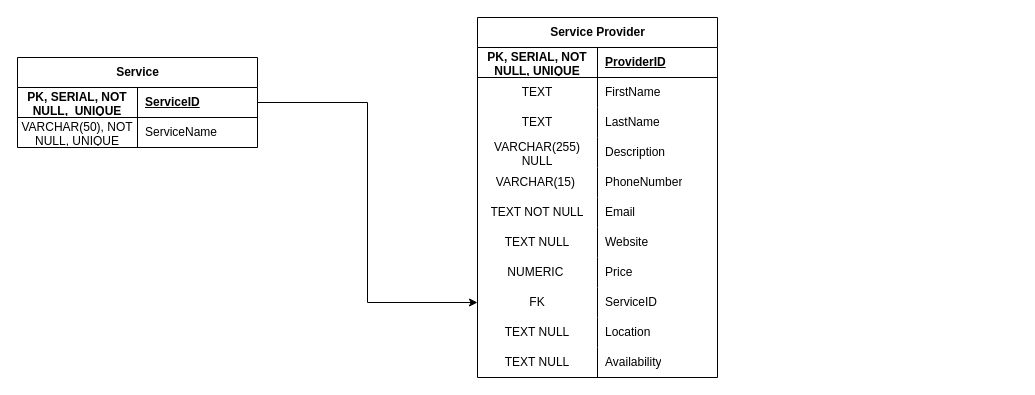
This is Service Database.drawio from alexraju01/filmfinder, a draw.io file, before an edit. Source tidied: cells renumbered, new cells numbered last; positions are measured from the earlier drawing's top-left corner, leaving out a move shared by most shapes. Both pictures are drawn from the tidied source at 100%, with x=0, y=0 at pixel (17, 17).
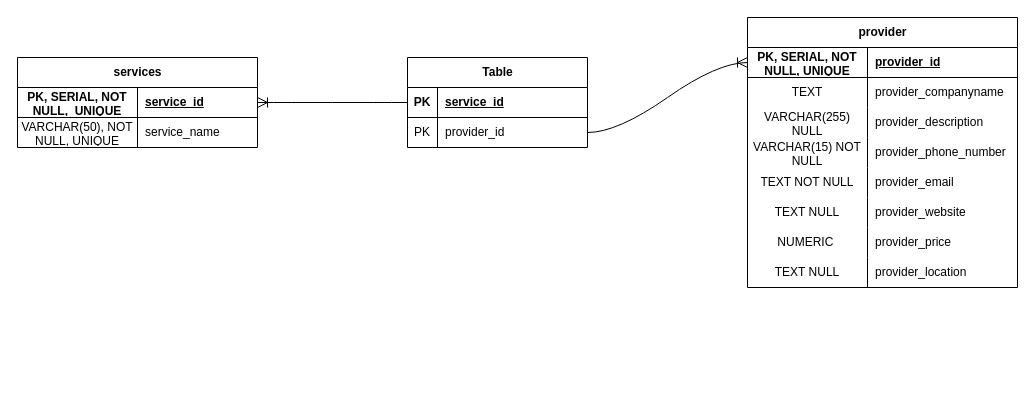
Above is the later version.

The change refers to these unchanged cells:
```xml
<mxCell id="37" style="shape=tableRow;horizontal=0;startSize=0;swimlaneHead=0;swimlaneBody=0;fillColor=none;points=[[0,0.5],[1,0.5]];portConstraint=eastwest;top=0;left=0;right=0;bottom=1;" parent="36" vertex="1">
  <mxGeometry y="30" width="240" height="30" as="geometry" />
</mxCell>
<mxCell id="40" style="shape=tableRow;horizontal=0;startSize=0;swimlaneHead=0;swimlaneBody=0;fillColor=none;top=0;left=0;right=0;bottom=0;" parent="36" vertex="1">
  <mxGeometry y="60" width="240" height="30" as="geometry" />
</mxCell>
```

Change to the diagram source:
```diff
@@
-    <mxCell id="2" value="Service Provider" style="shape=table;startSize=30;childLayout=tableLayout;rowLines=0;fontStyle=1;align=center;html=1;" parent="1" vertex="1">
-      <mxGeometry x="460" width="240" height="360" as="geometry" />
+    <mxCell id="2" value="provider" style="shape=table;startSize=30;childLayout=tableLayout;rowLines=0;fontStyle=1;align=center;html=1;" parent="1" vertex="1">
+      <mxGeometry x="730" width="270" height="270" as="geometry" />
     </mxCell>
     <mxCell id="3" style="shape=tableRow;horizontal=0;startSize=0;swimlaneHead=0;swimlaneBody=0;fillColor=none;points=[[0,0.5],[1,0.5]];portConstraint=eastwest;top=0;left=0;right=0;bottom=1;" parent="2" vertex="1">
-      <mxGeometry y="30" width="240" height="30" as="geometry" />
+      <mxGeometry y="30" width="270" height="30" as="geometry" />
     </mxCell>
@@
-    <mxCell id="5" value="ProviderID" style="shape=partialRectangle;fillColor=none;top=0;left=0;bottom=0;right=0;align=left;spacingLeft=6;fontStyle=5;overflow=hidden;whiteSpace=wrap;html=1;" parent="3" vertex="1">
-      <mxGeometry x="120" width="120" height="30" as="geometry" />
+    <mxCell id="5" value="provider_id" style="shape=partialRectangle;fillColor=none;top=0;left=0;bottom=0;right=0;align=left;spacingLeft=6;fontStyle=5;overflow=hidden;whiteSpace=wrap;html=1;" parent="3" vertex="1">
+      <mxGeometry x="120" width="150" height="30" as="geometry" />
     </mxCell>
     <mxCell id="6" style="shape=tableRow;horizontal=0;startSize=0;swimlaneHead=0;swimlaneBody=0;fillColor=none;top=0;left=0;right=0;bottom=0;" parent="2" vertex="1">
-      <mxGeometry y="60" width="240" height="30" as="geometry" />
+      <mxGeometry y="60" width="270" height="30" as="geometry" />
     </mxCell>
@@
-    <mxCell id="8" value="FirstName" style="shape=partialRectangle;fillColor=none;top=0;left=0;bottom=0;right=0;align=left;spacingLeft=6;overflow=hidden;whiteSpace=wrap;html=1;" parent="6" vertex="1">
-      <mxGeometry x="120" width="120" height="30" as="geometry" />
+    <mxCell id="8" value="provider_companyname" style="shape=partialRectangle;fillColor=none;top=0;left=0;bottom=0;right=0;align=left;spacingLeft=6;overflow=hidden;whiteSpace=wrap;html=1;" parent="6" vertex="1">
+      <mxGeometry x="120" width="150" height="30" as="geometry" />
     </mxCell>
-    <mxCell id="9" style="shape=tableRow;horizontal=0;startSize=0;swimlaneHead=0;swimlaneBody=0;fillColor=none;top=0;left=0;right=0;bottom=0;" parent="2" vertex="1">
-      <mxGeometry y="90" width="240" height="30" as="geometry" />
-    </mxCell>
-    <mxCell id="10" value="TEXT" style="shape=partialRectangle;fillColor=none;top=0;left=0;bottom=0;right=0;overflow=hidden;whiteSpace=wrap;html=1;" parent="9" vertex="1">
-      <mxGeometry width="120" height="30" as="geometry" />
-    </mxCell>
-    <mxCell id="11" value="LastName" style="shape=partialRectangle;fillColor=none;top=0;left=0;bottom=0;right=0;align=left;spacingLeft=6;overflow=hidden;whiteSpace=wrap;html=1;" parent="9" vertex="1">
-      <mxGeometry x="120" width="120" height="30" as="geometry" />
-    </mxCell>
     <mxCell id="12" style="shape=tableRow;horizontal=0;startSize=0;swimlaneHead=0;swimlaneBody=0;fillColor=none;top=0;left=0;right=0;bottom=0;" parent="2" vertex="1">
-      <mxGeometry y="120" width="240" height="30" as="geometry" />
+      <mxGeometry y="90" width="270" height="30" as="geometry" />
     </mxCell>
@@
-    <mxCell id="14" value="D&lt;span style=&quot;background-color: initial;&quot;&gt;escription&lt;/span&gt;" style="shape=partialRectangle;fillColor=none;top=0;left=0;bottom=0;right=0;align=left;spacingLeft=6;overflow=hidden;whiteSpace=wrap;html=1;" parent="12" vertex="1">
-      <mxGeometry x="120" width="120" height="30" as="geometry" />
+    <mxCell id="14" value="provider_d&lt;span style=&quot;background-color: initial;&quot;&gt;escription&lt;/span&gt;" style="shape=partialRectangle;fillColor=none;top=0;left=0;bottom=0;right=0;align=left;spacingLeft=6;overflow=hidden;whiteSpace=wrap;html=1;" parent="12" vertex="1">
+      <mxGeometry x="120" width="150" height="30" as="geometry" />
     </mxCell>
     <mxCell id="15" style="shape=tableRow;horizontal=0;startSize=0;swimlaneHead=0;swimlaneBody=0;fillColor=none;top=0;left=0;right=0;bottom=0;" parent="2" vertex="1">
-      <mxGeometry y="150" width="240" height="30" as="geometry" />
+      <mxGeometry y="120" width="270" height="30" as="geometry" />
     </mxCell>
-    <mxCell id="16" value="VARCHAR(15)&amp;nbsp;" style="shape=partialRectangle;fillColor=none;top=0;left=0;bottom=0;right=0;overflow=hidden;whiteSpace=wrap;html=1;" parent="15" vertex="1">
+    <mxCell id="16" value="VARCHAR(15) NOT NULL" style="shape=partialRectangle;fillColor=none;top=0;left=0;bottom=0;right=0;overflow=hidden;whiteSpace=wrap;html=1;" parent="15" vertex="1">
       <mxGeometry width="120" height="30" as="geometry" />
     </mxCell>
-    <mxCell id="17" value="PhoneNumber" style="shape=partialRectangle;fillColor=none;top=0;left=0;bottom=0;right=0;align=left;spacingLeft=6;overflow=hidden;whiteSpace=wrap;html=1;" parent="15" vertex="1">
-      <mxGeometry x="120" width="120" height="30" as="geometry" />
+    <mxCell id="17" value="provider_phone_number" style="shape=partialRectangle;fillColor=none;top=0;left=0;bottom=0;right=0;align=left;spacingLeft=6;overflow=hidden;whiteSpace=wrap;html=1;" parent="15" vertex="1">
+      <mxGeometry x="120" width="150" height="30" as="geometry" />
     </mxCell>
     <mxCell id="18" style="shape=tableRow;horizontal=0;startSize=0;swimlaneHead=0;swimlaneBody=0;fillColor=none;top=0;left=0;right=0;bottom=0;" parent="2" vertex="1">
-      <mxGeometry y="180" width="240" height="30" as="geometry" />
+      <mxGeometry y="150" width="270" height="30" as="geometry" />
     </mxCell>
@@
-    <mxCell id="20" value="Email" style="shape=partialRectangle;fillColor=none;top=0;left=0;bottom=0;right=0;align=left;spacingLeft=6;overflow=hidden;whiteSpace=wrap;html=1;" parent="18" vertex="1">
-      <mxGeometry x="120" width="120" height="30" as="geometry" />
+    <mxCell id="20" value="provider_email" style="shape=partialRectangle;fillColor=none;top=0;left=0;bottom=0;right=0;align=left;spacingLeft=6;overflow=hidden;whiteSpace=wrap;html=1;" parent="18" vertex="1">
+      <mxGeometry x="120" width="150" height="30" as="geometry" />
     </mxCell>
     <mxCell id="21" style="shape=tableRow;horizontal=0;startSize=0;swimlaneHead=0;swimlaneBody=0;fillColor=none;top=0;left=0;right=0;bottom=0;" parent="2" vertex="1">
-      <mxGeometry y="210" width="240" height="30" as="geometry" />
+      <mxGeometry y="180" width="270" height="30" as="geometry" />
     </mxCell>
@@
-    <mxCell id="23" value="Website" style="shape=partialRectangle;fillColor=none;top=0;left=0;bottom=0;right=0;align=left;spacingLeft=6;overflow=hidden;whiteSpace=wrap;html=1;" parent="21" vertex="1">
-      <mxGeometry x="120" width="120" height="30" as="geometry" />
+    <mxCell id="23" value="provider_website" style="shape=partialRectangle;fillColor=none;top=0;left=0;bottom=0;right=0;align=left;spacingLeft=6;overflow=hidden;whiteSpace=wrap;html=1;" parent="21" vertex="1">
+      <mxGeometry x="120" width="150" height="30" as="geometry" />
     </mxCell>
     <mxCell id="24" style="shape=tableRow;horizontal=0;startSize=0;swimlaneHead=0;swimlaneBody=0;fillColor=none;top=0;left=0;right=0;bottom=0;" parent="2" vertex="1">
-      <mxGeometry y="240" width="240" height="30" as="geometry" />
+      <mxGeometry y="210" width="270" height="30" as="geometry" />
     </mxCell>
@@
-    <mxCell id="26" value="Price" style="shape=partialRectangle;fillColor=none;top=0;left=0;bottom=0;right=0;align=left;spacingLeft=6;overflow=hidden;whiteSpace=wrap;html=1;" parent="24" vertex="1">
-      <mxGeometry x="120" width="120" height="30" as="geometry" />
+    <mxCell id="26" value="provider_price" style="shape=partialRectangle;fillColor=none;top=0;left=0;bottom=0;right=0;align=left;spacingLeft=6;overflow=hidden;whiteSpace=wrap;html=1;" parent="24" vertex="1">
+      <mxGeometry x="120" width="150" height="30" as="geometry" />
     </mxCell>
-    <mxCell id="27" style="shape=tableRow;horizontal=0;startSize=0;swimlaneHead=0;swimlaneBody=0;fillColor=none;points=[[0,0.5],[1,0.5]];portConstraint=eastwest;top=0;left=0;right=0;bottom=0;" parent="2" vertex="1">
-      <mxGeometry y="270" width="240" height="30" as="geometry" />
-    </mxCell>
-    <mxCell id="28" value="FK" style="shape=partialRectangle;fillColor=none;top=0;left=0;bottom=0;right=0;overflow=hidden;whiteSpace=wrap;html=1;" parent="27" vertex="1">
-      <mxGeometry width="120" height="30" as="geometry" />
-    </mxCell>
-    <mxCell id="29" value="ServiceID" style="shape=partialRectangle;fillColor=none;top=0;left=0;bottom=0;right=0;align=left;spacingLeft=6;overflow=hidden;whiteSpace=wrap;html=1;" parent="27" vertex="1">
-      <mxGeometry x="120" width="120" height="30" as="geometry" />
-    </mxCell>
     <mxCell id="30" style="shape=tableRow;horizontal=0;startSize=0;swimlaneHead=0;swimlaneBody=0;fillColor=none;top=0;left=0;right=0;bottom=0;" parent="2" vertex="1">
-      <mxGeometry y="300" width="240" height="30" as="geometry" />
+      <mxGeometry y="240" width="270" height="30" as="geometry" />
     </mxCell>
@@
-    <mxCell id="32" value="Location" style="shape=partialRectangle;fillColor=none;top=0;left=0;bottom=0;right=0;align=left;spacingLeft=6;overflow=hidden;whiteSpace=wrap;html=1;" parent="30" vertex="1">
-      <mxGeometry x="120" width="120" height="30" as="geometry" />
+    <mxCell id="32" value="provider_location" style="shape=partialRectangle;fillColor=none;top=0;left=0;bottom=0;right=0;align=left;spacingLeft=6;overflow=hidden;whiteSpace=wrap;html=1;" parent="30" vertex="1">
+      <mxGeometry x="120" width="150" height="30" as="geometry" />
     </mxCell>
-    <mxCell id="33" style="shape=tableRow;horizontal=0;startSize=0;swimlaneHead=0;swimlaneBody=0;fillColor=none;top=0;left=0;right=0;bottom=0;" parent="2" vertex="1">
-      <mxGeometry y="330" width="240" height="30" as="geometry" />
-    </mxCell>
-    <mxCell id="34" value="TEXT NULL" style="shape=partialRectangle;fillColor=none;top=0;left=0;bottom=0;right=0;overflow=hidden;whiteSpace=wrap;html=1;" parent="33" vertex="1">
-      <mxGeometry width="120" height="30" as="geometry" />
-    </mxCell>
-    <mxCell id="35" value="Availability" style="shape=partialRectangle;fillColor=none;top=0;left=0;bottom=0;right=0;align=left;spacingLeft=6;overflow=hidden;whiteSpace=wrap;html=1;" parent="33" vertex="1">
-      <mxGeometry x="120" width="120" height="30" as="geometry" />
-    </mxCell>
-    <mxCell id="36" value="Service" style="shape=table;startSize=30;childLayout=tableLayout;rowLines=0;fontStyle=1;align=center;html=1;" parent="1" vertex="1">
+    <mxCell id="36" value="services" style="shape=table;startSize=30;childLayout=tableLayout;rowLines=0;fontStyle=1;align=center;html=1;" parent="1" vertex="1">
       <mxGeometry y="40" width="240" height="90" as="geometry" />
     </mxCell>
@@
-    <mxCell id="39" value="ServiceID" style="shape=partialRectangle;fillColor=none;top=0;left=0;bottom=0;right=0;align=left;spacingLeft=6;fontStyle=5;overflow=hidden;whiteSpace=wrap;html=1;" parent="37" vertex="1">
+    <mxCell id="39" value="service_id" style="shape=partialRectangle;fillColor=none;top=0;left=0;bottom=0;right=0;align=left;spacingLeft=6;fontStyle=5;overflow=hidden;whiteSpace=wrap;html=1;" parent="37" vertex="1">
       <mxGeometry x="120" width="120" height="30" as="geometry" />
     </mxCell>
@@
-    <mxCell id="42" value="ServiceName" style="shape=partialRectangle;fillColor=none;top=0;left=0;bottom=0;right=0;align=left;spacingLeft=6;overflow=hidden;whiteSpace=wrap;html=1;" parent="40" vertex="1">
+    <mxCell id="42" value="service_name" style="shape=partialRectangle;fillColor=none;top=0;left=0;bottom=0;right=0;align=left;spacingLeft=6;overflow=hidden;whiteSpace=wrap;html=1;" parent="40" vertex="1">
       <mxGeometry x="120" width="120" height="30" as="geometry" />
     </mxCell>
-    <mxCell id="43" style="edgeStyle=orthogonalEdgeStyle;rounded=0;jettySize=auto;html=1;exitX=1;exitY=0.5;exitDx=0;exitDy=0;entryX=0;entryY=0.5;entryDx=0;entryDy=0;" parent="1" edge="1" source="37" target="27">
-      <mxGeometry relative="1" as="geometry" />
-    </mxCell>
+    <mxCell id="44" value="Table" style="shape=table;startSize=30;childLayout=tableLayout;rowLines=0;fontStyle=1;align=center;html=1;" parent="1" vertex="1">
+      <mxGeometry x="390" y="40" width="180" height="90" as="geometry" />
+    </mxCell>
+    <mxCell id="45" style="shape=tableRow;horizontal=0;startSize=0;swimlaneHead=0;swimlaneBody=0;fillColor=none;points=[[0,0.5],[1,0.5]];portConstraint=eastwest;top=0;left=0;right=0;bottom=1;" parent="44" vertex="1">
+      <mxGeometry y="30" width="180" height="30" as="geometry" />
+    </mxCell>
+    <mxCell id="46" value="PK" style="shape=partialRectangle;fillColor=none;top=0;left=0;bottom=0;right=0;fontStyle=1;overflow=hidden;whiteSpace=wrap;html=1;" parent="45" vertex="1">
+      <mxGeometry width="30" height="30" as="geometry" />
+    </mxCell>
+    <mxCell id="47" value="service_id" style="shape=partialRectangle;fillColor=none;top=0;left=0;bottom=0;right=0;align=left;spacingLeft=6;fontStyle=5;overflow=hidden;whiteSpace=wrap;html=1;" parent="45" vertex="1">
+      <mxGeometry x="30" width="150" height="30" as="geometry" />
+    </mxCell>
+    <mxCell id="48" style="shape=tableRow;horizontal=0;startSize=0;swimlaneHead=0;swimlaneBody=0;fillColor=none;points=[[0,0.5],[1,0.5]];portConstraint=eastwest;top=0;left=0;right=0;bottom=0;" parent="44" vertex="1">
+      <mxGeometry y="60" width="180" height="30" as="geometry" />
+    </mxCell>
+    <mxCell id="49" value="PK" style="shape=partialRectangle;fillColor=none;top=0;left=0;bottom=0;right=0;overflow=hidden;whiteSpace=wrap;html=1;" parent="48" vertex="1">
+      <mxGeometry width="30" height="30" as="geometry" />
+    </mxCell>
+    <mxCell id="50" value="provider_id" style="shape=partialRectangle;fillColor=none;top=0;left=0;bottom=0;right=0;align=left;spacingLeft=6;overflow=hidden;whiteSpace=wrap;html=1;" parent="48" vertex="1">
+      <mxGeometry x="30" width="150" height="30" as="geometry" />
+    </mxCell>
+    <mxCell id="51" style="edgeStyle=entityRelationEdgeStyle;fontSize=12;html=1;endArrow=ERoneToMany;rounded=0;startSize=8;endSize=8;curved=1;entryX=1;entryY=0.5;entryDx=0;entryDy=0;exitX=0;exitY=0.5;exitDx=0;exitDy=0;" parent="1" edge="1" source="45" target="37">
+      <mxGeometry relative="1" as="geometry" />
+    </mxCell>
+    <mxCell id="52" style="edgeStyle=entityRelationEdgeStyle;fontSize=12;html=1;endArrow=ERoneToMany;rounded=0;startSize=8;endSize=8;curved=1;exitX=1;exitY=0.5;exitDx=0;exitDy=0;entryX=0;entryY=0.5;entryDx=0;entryDy=0;" parent="1" edge="1" source="48" target="3">
+      <mxGeometry relative="1" as="geometry" />
+    </mxCell>
```
